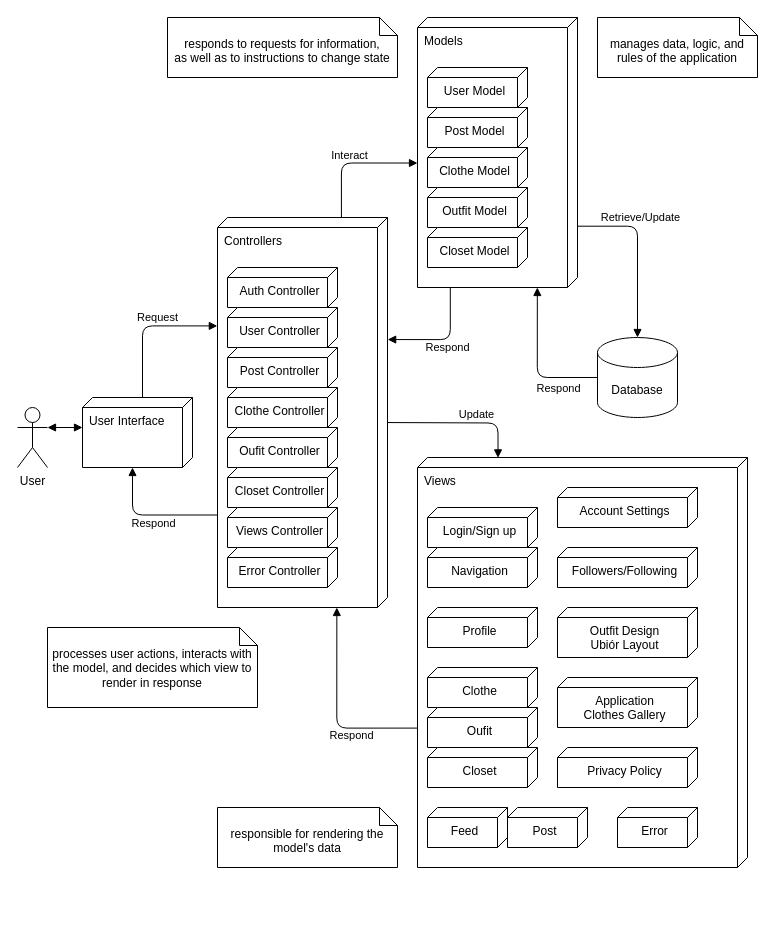
Above: Architectural Design/Architectural Design.drawio in yousseftawakal/ubior-docs (draw.io), before the change. Source tidied: cells renumbered, new cells numbered last; positions are measured from the earlier drawing's top-left corner, leaving out a move shared by most shapes. Both pictures are drawn from the tidied source at 100%, with x=0, y=0 at pixel (17, 17).
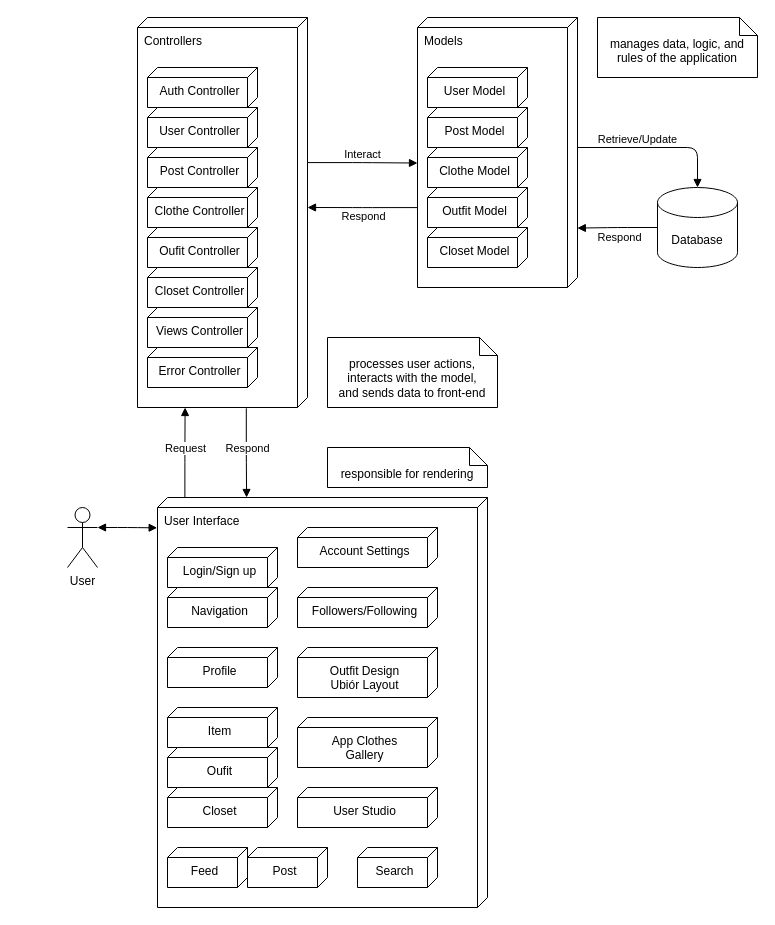
The same page after the edit.

Commit message (it also covers changes not shown here):
edited Architectural Design

The change refers to these unchanged cells:
```xml
<mxCell id="25" value="Models" style="verticalAlign=top;align=left;shape=cube;size=10;direction=south;fontStyle=0;html=1;boundedLbl=1;spacingLeft=5;whiteSpace=wrap;" parent="1" vertex="1">
  <mxGeometry x="400" width="160" height="270" as="geometry" />
</mxCell>
```

The edit, as a diff of the source:
```diff
@@
-    <mxCell id="2" style="edgeStyle=orthogonalEdgeStyle;rounded=1;jettySize=auto;html=1;entryX=0.313;entryY=-0.001;entryDx=0;entryDy=0;curved=0;endArrow=block;endFill=1;exitX=1.001;exitY=0.795;exitDx=0;exitDy=0;exitPerimeter=0;entryPerimeter=0;" parent="1" edge="1" source="25" target="31">
+    <mxCell id="2" style="edgeStyle=orthogonalEdgeStyle;rounded=1;jettySize=auto;html=1;entryX=0;entryY=0;entryDx=190;entryDy=0;curved=0;endArrow=block;endFill=1;exitX=0.704;exitY=1.002;exitDx=0;exitDy=0;exitPerimeter=0;entryPerimeter=0;" parent="1" edge="1" source="25" target="31">
       <mxGeometry relative="1" as="geometry" />
     </mxCell>
     <mxCell id="3" value="Respond" style="edgeLabel;html=1;align=center;verticalAlign=middle;" parent="2" vertex="1">
       <mxGeometry x="0.25" y="-3" relative="1" as="geometry">
-        <mxPoint x="17" y="10" as="offset" />
+        <mxPoint x="15" y="11" as="offset" />
       </mxGeometry>
     </mxCell>
-    <mxCell id="4" style="edgeStyle=orthogonalEdgeStyle;rounded=1;jettySize=auto;html=1;exitX=0;exitY=0.271;exitDx=0;exitDy=0;entryX=0.539;entryY=1;entryDx=0;entryDy=0;curved=0;endArrow=block;endFill=1;entryPerimeter=0;exitPerimeter=0;" parent="1" edge="1" source="31" target="25">
+    <mxCell id="4" style="edgeStyle=orthogonalEdgeStyle;rounded=1;jettySize=auto;html=1;exitX=0.372;exitY=-0.001;exitDx=0;exitDy=0;entryX=0.539;entryY=1;entryDx=0;entryDy=0;curved=0;endArrow=block;endFill=1;entryPerimeter=0;exitPerimeter=0;" parent="1" edge="1" source="31" target="25">
       <mxGeometry relative="1" as="geometry" />
     </mxCell>
     <mxCell id="5" value="Interact" style="edgeLabel;html=1;align=center;verticalAlign=middle;" parent="4" vertex="1">
       <mxGeometry x="0.01" y="2" relative="1" as="geometry">
-        <mxPoint x="-4" y="-6" as="offset" />
+        <mxPoint x="-1" y="-7" as="offset" />
       </mxGeometry>
     </mxCell>
-    <mxCell id="6" style="edgeStyle=orthogonalEdgeStyle;rounded=1;jettySize=auto;html=1;exitX=1;exitY=0.5;exitDx=0;exitDy=0;entryX=0.001;entryY=0.756;entryDx=0;entryDy=0;curved=0;endArrow=block;endFill=1;entryPerimeter=0;" parent="1" edge="1" target="40">
-      <mxGeometry relative="1" as="geometry">
-        <mxPoint x="360" y="405" as="sourcePoint" />
-      </mxGeometry>
-    </mxCell>
-    <mxCell id="7" value="Update" style="edgeLabel;html=1;align=center;verticalAlign=middle;" parent="6" vertex="1">
-      <mxGeometry x="0.15" y="2" relative="1" as="geometry">
-        <mxPoint x="9" y="-7" as="offset" />
-      </mxGeometry>
-    </mxCell>
-    <mxCell id="8" style="edgeStyle=orthogonalEdgeStyle;rounded=1;jettySize=auto;html=1;exitX=0;exitY=0.75;exitDx=0;exitDy=0;entryX=0;entryY=0;entryDx=70;entryDy=60;curved=0;endArrow=block;endFill=1;entryPerimeter=0;" parent="1" edge="1" target="55">
-      <mxGeometry relative="1" as="geometry">
-        <mxPoint x="200" y="497.5" as="sourcePoint" />
-        <Array as="points">
-          <mxPoint x="115" y="498" />
-        </Array>
-      </mxGeometry>
+    <mxCell id="8" style="edgeStyle=orthogonalEdgeStyle;rounded=1;jettySize=auto;html=1;exitX=1.002;exitY=0.36;exitDx=0;exitDy=0;curved=0;endArrow=block;endFill=1;exitPerimeter=0;entryX=0;entryY=0.73;entryDx=0;entryDy=0;entryPerimeter=0;" parent="1" edge="1" source="31" target="40">
+      <mxGeometry relative="1" as="geometry" />
     </mxCell>
     <mxCell id="9" value="Respond" style="edgeLabel;html=1;align=center;verticalAlign=middle;" parent="8" vertex="1">
       <mxGeometry x="-0.24" y="2" relative="1" as="geometry">
-        <mxPoint x="-15" y="6" as="offset" />
+        <mxPoint x="-1" y="6" as="offset" />
       </mxGeometry>
     </mxCell>
-    <mxCell id="10" style="edgeStyle=orthogonalEdgeStyle;rounded=1;jettySize=auto;html=1;exitX=0.66;exitY=1;exitDx=0;exitDy=0;entryX=1;entryY=0.298;entryDx=0;entryDy=0;curved=0;endArrow=block;endFill=1;entryPerimeter=0;exitPerimeter=0;" parent="1" edge="1" source="40" target="31">
-      <mxGeometry relative="1" as="geometry" />
-    </mxCell>
-    <mxCell id="11" value="Respond" style="edgeLabel;html=1;align=center;verticalAlign=middle;" parent="10" vertex="1">
-      <mxGeometry x="-0.21" relative="1" as="geometry">
-        <mxPoint x="13" y="7" as="offset" />
-      </mxGeometry>
-    </mxCell>
-    <mxCell id="12" style="edgeStyle=orthogonalEdgeStyle;rounded=1;jettySize=auto;html=1;exitX=0;exitY=0.5;exitDx=0;exitDy=0;exitPerimeter=0;entryX=1;entryY=0.251;entryDx=0;entryDy=0;curved=0;endArrow=block;endFill=1;entryPerimeter=0;" parent="1" edge="1" source="14" target="25">
+    <mxCell id="12" style="edgeStyle=orthogonalEdgeStyle;rounded=1;jettySize=auto;html=1;exitX=0;exitY=0.5;exitDx=0;exitDy=0;exitPerimeter=0;entryX=0.78;entryY=0.001;entryDx=0;entryDy=0;curved=0;endArrow=block;endFill=1;entryPerimeter=0;" parent="1" edge="1" source="14" target="25">
       <mxGeometry relative="1" as="geometry" />
     </mxCell>
     <mxCell id="13" value="Respond" style="edgeLabel;html=1;align=center;verticalAlign=middle;" parent="12" vertex="1">
       <mxGeometry x="-0.61" y="-1" relative="1" as="geometry">
-        <mxPoint x="-11" y="11" as="offset" />
+        <mxPoint x="-23" y="10" as="offset" />
       </mxGeometry>
     </mxCell>
     <mxCell id="14" value="Database" style="shape=cylinder3;whiteSpace=wrap;html=1;boundedLbl=1;backgroundOutline=1;size=15;" parent="1" vertex="1">
-      <mxGeometry x="580" y="320" width="80" height="80" as="geometry" />
+      <mxGeometry x="640" y="170" width="80" height="80" as="geometry" />
     </mxCell>
-    <mxCell id="15" style="edgeStyle=orthogonalEdgeStyle;rounded=1;jettySize=auto;html=1;exitX=1;exitY=0.3333333333333333;exitDx=0;exitDy=0;exitPerimeter=0;entryX=0.427;entryY=1;entryDx=0;entryDy=0;startArrow=block;startFill=1;curved=0;endArrow=block;endFill=1;entryPerimeter=0;" parent="1" edge="1" source="16" target="55">
+    <mxCell id="15" style="edgeStyle=orthogonalEdgeStyle;rounded=1;jettySize=auto;html=1;exitX=1;exitY=0.3333333333333333;exitDx=0;exitDy=0;exitPerimeter=0;entryX=0.074;entryY=1.001;entryDx=0;entryDy=0;startArrow=block;startFill=1;curved=0;endArrow=block;endFill=1;entryPerimeter=0;" parent="1" edge="1" source="16" target="40">
       <mxGeometry relative="1" as="geometry" />
     </mxCell>
     <mxCell id="16" value="User" style="shape=umlActor;verticalLabelPosition=bottom;verticalAlign=top;html=1;" parent="1" vertex="1">
-      <mxGeometry y="390" width="30" height="60" as="geometry" />
+      <mxGeometry x="50" y="490" width="30" height="60" as="geometry" />
     </mxCell>
-    <mxCell id="17" style="edgeStyle=orthogonalEdgeStyle;rounded=1;jettySize=auto;html=1;exitX=0;exitY=0;exitDx=0;exitDy=50;curved=0;endArrow=block;endFill=1;exitPerimeter=0;entryX=0.278;entryY=1.001;entryDx=0;entryDy=0;entryPerimeter=0;" parent="1" edge="1" source="55" target="31">
+    <mxCell id="17" style="edgeStyle=orthogonalEdgeStyle;rounded=1;jettySize=auto;html=1;exitX=0;exitY=0.917;exitDx=0;exitDy=0;curved=0;endArrow=block;endFill=1;exitPerimeter=0;entryX=1;entryY=0.72;entryDx=0;entryDy=0;entryPerimeter=0;" parent="1" edge="1" source="40" target="31">
       <mxGeometry relative="1" as="geometry" />
     </mxCell>
     <mxCell id="18" value="Request" style="edgeLabel;html=1;align=center;verticalAlign=middle;" parent="17" vertex="1">
       <mxGeometry x="0.18" relative="1" as="geometry">
-        <mxPoint y="-9" as="offset" />
+        <mxPoint y="3" as="offset" />
       </mxGeometry>
     </mxCell>
-    <mxCell id="19" style="edgeStyle=orthogonalEdgeStyle;rounded=1;jettySize=auto;html=1;exitX=0.773;exitY=-0.001;exitDx=0;exitDy=0;entryX=0.5;entryY=0;entryDx=0;entryDy=0;entryPerimeter=0;curved=0;endArrow=block;endFill=1;exitPerimeter=0;" parent="1" edge="1" source="25" target="14">
+    <mxCell id="19" style="edgeStyle=orthogonalEdgeStyle;rounded=1;jettySize=auto;html=1;exitX=0;exitY=0;exitDx=130;exitDy=0;entryX=0.5;entryY=0;entryDx=0;entryDy=0;entryPerimeter=0;curved=0;endArrow=block;endFill=1;exitPerimeter=0;" parent="1" edge="1" source="25" target="14">
       <mxGeometry relative="1" as="geometry" />
     </mxCell>
@@
-    <mxCell id="21" value="processes user actions, interacts with the model, and decides which view to render in response" style="shape=note2;boundedLbl=1;whiteSpace=wrap;html=1;size=18;verticalAlign=top;align=center;spacingTop=-5;" parent="1" vertex="1">
-      <mxGeometry x="30" y="610" width="210" height="80" as="geometry" />
+    <mxCell id="21" value="processes user actions,&lt;div&gt;interacts with the model,&lt;div&gt;and sends data to front-end&lt;/div&gt;&lt;/div&gt;" style="shape=note2;boundedLbl=1;whiteSpace=wrap;html=1;size=18;verticalAlign=top;align=center;spacingTop=-5;" parent="1" vertex="1">
+      <mxGeometry x="310" y="320" width="170" height="70" as="geometry" />
     </mxCell>
@@
-    <mxCell id="23" value="responds to requests for information,&lt;div&gt;as well as to instructions to change state&lt;/div&gt;" style="shape=note2;boundedLbl=1;whiteSpace=wrap;html=1;size=18;verticalAlign=top;align=center;spacingTop=-5;" parent="1" vertex="1">
-      <mxGeometry x="150" width="230" height="60" as="geometry" />
-    </mxCell>
-    <mxCell id="24" value="responsible for rendering the model's data" style="shape=note2;boundedLbl=1;whiteSpace=wrap;html=1;size=18;verticalAlign=top;align=center;spacingTop=-5;" parent="1" vertex="1">
-      <mxGeometry x="200" y="790" width="180" height="60" as="geometry" />
+    <mxCell id="24" value="responsible for rendering" style="shape=note2;boundedLbl=1;whiteSpace=wrap;html=1;size=18;verticalAlign=top;align=center;spacingTop=-5;" parent="1" vertex="1">
+      <mxGeometry x="310" y="430" width="160" height="40" as="geometry" />
     </mxCell>
@@
     <mxCell id="31" value="Controllers" style="verticalAlign=top;align=left;shape=cube;size=10;direction=south;fontStyle=0;html=1;boundedLbl=1;spacingLeft=5;whiteSpace=wrap;" parent="1" vertex="1">
-      <mxGeometry x="200" y="200" width="170" height="390" as="geometry" />
+      <mxGeometry x="120" width="170" height="390" as="geometry" />
     </mxCell>
@@
-    <mxCell id="40" value="Views" style="verticalAlign=top;align=left;shape=cube;size=10;direction=south;fontStyle=0;html=1;boundedLbl=1;spacingLeft=5;whiteSpace=wrap;" parent="1" vertex="1">
-      <mxGeometry x="400" y="440" width="330" height="410" as="geometry" />
+    <mxCell id="40" value="User Interface" style="verticalAlign=top;align=left;shape=cube;size=10;direction=south;fontStyle=0;html=1;boundedLbl=1;spacingLeft=5;whiteSpace=wrap;" parent="1" vertex="1">
+      <mxGeometry x="140" y="480" width="330" height="410" as="geometry" />
     </mxCell>
@@
-    <mxCell id="44" value="Clothe" style="verticalAlign=top;align=center;shape=cube;size=10;direction=south;html=1;boundedLbl=1;spacingLeft=5;whiteSpace=wrap;" parent="40" vertex="1">
+    <mxCell id="44" value="Item" style="verticalAlign=top;align=center;shape=cube;size=10;direction=south;html=1;boundedLbl=1;spacingLeft=5;whiteSpace=wrap;" parent="40" vertex="1">
       <mxGeometry width="110" height="40" relative="1" as="geometry">
         <mxPoint x="10" y="210" as="offset" />
       </mxGeometry>
     </mxCell>
@@
-    <mxCell id="52" value="Application&lt;div&gt;Clothes Gallery&lt;/div&gt;" style="verticalAlign=top;align=center;shape=cube;size=10;direction=south;html=1;boundedLbl=1;spacingLeft=5;whiteSpace=wrap;" parent="40" vertex="1">
+    <mxCell id="52" value="App Clothes&lt;div&gt;Gallery&lt;/div&gt;" style="verticalAlign=top;align=center;shape=cube;size=10;direction=south;html=1;boundedLbl=1;spacingLeft=5;whiteSpace=wrap;" parent="40" vertex="1">
       <mxGeometry width="140" height="50" relative="1" as="geometry">
         <mxPoint x="140" y="220" as="offset" />
       </mxGeometry>
     </mxCell>
-    <mxCell id="53" value="Privacy Policy" style="verticalAlign=top;align=center;shape=cube;size=10;direction=south;html=1;boundedLbl=1;spacingLeft=5;whiteSpace=wrap;" parent="40" vertex="1">
+    <mxCell id="53" value="User Studio" style="verticalAlign=top;align=center;shape=cube;size=10;direction=south;html=1;boundedLbl=1;spacingLeft=5;whiteSpace=wrap;" parent="40" vertex="1">
       <mxGeometry width="140" height="40" relative="1" as="geometry">
         <mxPoint x="140" y="290" as="offset" />
       </mxGeometry>
     </mxCell>
-    <mxCell id="54" value="Error" style="verticalAlign=top;align=center;shape=cube;size=10;direction=south;html=1;boundedLbl=1;spacingLeft=5;whiteSpace=wrap;" parent="40" vertex="1">
+    <mxCell id="54" value="Search" style="verticalAlign=top;align=center;shape=cube;size=10;direction=south;html=1;boundedLbl=1;spacingLeft=5;whiteSpace=wrap;" parent="40" vertex="1">
       <mxGeometry width="80" height="40" relative="1" as="geometry">
         <mxPoint x="200" y="350" as="offset" />
       </mxGeometry>
     </mxCell>
-    <mxCell id="55" value="User Interface" style="verticalAlign=top;align=left;shape=cube;size=10;direction=south;fontStyle=0;html=1;boundedLbl=1;spacingLeft=5;whiteSpace=wrap;" parent="1" vertex="1">
-      <mxGeometry x="65" y="380" width="110" height="70" as="geometry" />
-    </mxCell>
```
